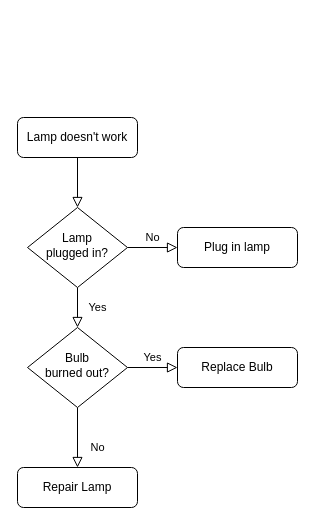
ezgiyyildizz/BirthMark keeps this draw.io diagram as Başlıksız Diyagram .drawio. Above is the earlier version. Source tidied: cells renumbered, new cells numbered last; positions are measured from the earlier drawing's top-left corner, leaving out a move shared by most shapes. Both pictures are drawn from the tidied source at 100%, with x=0, y=0 at pixel (17, 117).
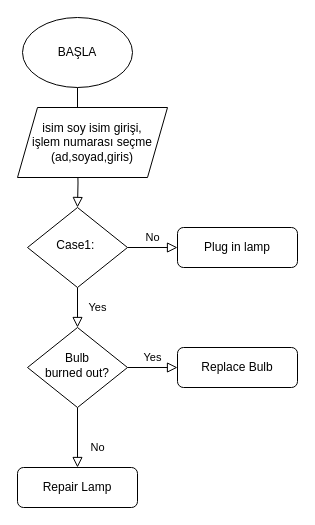
Above is the later version.

What changed in the source:
```diff
@@
 <mxGraphModel>
   <root>
     <mxCell id="0" />
     <mxCell id="1" parent="0" />
-    <mxCell id="2" style="rounded=0;html=1;jettySize=auto;fontSize=11;endArrow=block;endFill=0;endSize=8;strokeWidth=1;shadow=0;labelBackgroundColor=none;edgeStyle=orthogonalEdgeStyle;" parent="1" edge="1" source="3" target="6">
-      <mxGeometry relative="1" as="geometry" />
+    <mxCell id="2" style="rounded=0;html=1;jettySize=auto;fontSize=11;endArrow=block;endFill=0;endSize=8;strokeWidth=1;shadow=0;labelBackgroundColor=none;edgeStyle=orthogonalEdgeStyle;" parent="1" edge="1" target="6">
+      <mxGeometry relative="1" as="geometry">
+        <mxPoint x="60" y="40" as="sourcePoint" />
+      </mxGeometry>
     </mxCell>
-    <mxCell id="3" value="Lamp doesn't work" style="rounded=1;whiteSpace=wrap;html=1;fontSize=12;glass=0;strokeWidth=1;shadow=0;" parent="1" vertex="1">
-      <mxGeometry width="120" height="40" as="geometry" />
-    </mxCell>
     <mxCell id="4" value="Yes" style="rounded=0;html=1;jettySize=auto;fontSize=11;endArrow=block;endFill=0;endSize=8;strokeWidth=1;shadow=0;labelBackgroundColor=none;edgeStyle=orthogonalEdgeStyle;" parent="1" edge="1" source="6" target="10">
       <mxGeometry y="20" relative="1" as="geometry" />
     </mxCell>
     <mxCell id="5" value="No" style="edgeStyle=orthogonalEdgeStyle;rounded=0;html=1;jettySize=auto;fontSize=11;endArrow=block;endFill=0;endSize=8;strokeWidth=1;shadow=0;labelBackgroundColor=none;" parent="1" edge="1" source="6" target="7">
       <mxGeometry y="10" relative="1" as="geometry" />
     </mxCell>
-    <mxCell id="6" value="Lamp&lt;br&gt;plugged in?" style="rhombus;whiteSpace=wrap;html=1;shadow=0;fontFamily=Helvetica;fontSize=12;align=center;strokeWidth=1;spacing=6;spacingTop=-4;" parent="1" vertex="1">
+    <mxCell id="6" value="Case1:&amp;nbsp;" style="rhombus;whiteSpace=wrap;html=1;shadow=0;fontFamily=Helvetica;fontSize=12;align=center;strokeWidth=1;spacing=6;spacingTop=-4;" parent="1" vertex="1">
       <mxGeometry x="10" y="90" width="100" height="80" as="geometry" />
     </mxCell>
     <mxCell id="7" value="Plug in lamp" style="rounded=1;whiteSpace=wrap;html=1;fontSize=12;glass=0;strokeWidth=1;shadow=0;" parent="1" vertex="1">
       <mxGeometry x="160" y="110" width="120" height="40" as="geometry" />
     </mxCell>
     <mxCell id="8" value="No" style="rounded=0;html=1;jettySize=auto;fontSize=11;endArrow=block;endFill=0;endSize=8;strokeWidth=1;shadow=0;labelBackgroundColor=none;edgeStyle=orthogonalEdgeStyle;" parent="1" edge="1" source="10" target="11">
       <mxGeometry x="0.33" y="20" relative="1" as="geometry" />
     </mxCell>
     <mxCell id="9" value="Yes" style="edgeStyle=orthogonalEdgeStyle;rounded=0;html=1;jettySize=auto;fontSize=11;endArrow=block;endFill=0;endSize=8;strokeWidth=1;shadow=0;labelBackgroundColor=none;" parent="1" edge="1" source="10" target="12">
       <mxGeometry y="10" relative="1" as="geometry" />
     </mxCell>
     <mxCell id="10" value="Bulb&lt;br&gt;burned out?" style="rhombus;whiteSpace=wrap;html=1;shadow=0;fontFamily=Helvetica;fontSize=12;align=center;strokeWidth=1;spacing=6;spacingTop=-4;" parent="1" vertex="1">
       <mxGeometry x="10" y="210" width="100" height="80" as="geometry" />
     </mxCell>
     <mxCell id="11" value="Repair Lamp" style="rounded=1;whiteSpace=wrap;html=1;fontSize=12;glass=0;strokeWidth=1;shadow=0;" parent="1" vertex="1">
       <mxGeometry y="350" width="120" height="40" as="geometry" />
     </mxCell>
     <mxCell id="12" value="Replace Bulb" style="rounded=1;whiteSpace=wrap;html=1;fontSize=12;glass=0;strokeWidth=1;shadow=0;" parent="1" vertex="1">
       <mxGeometry x="160" y="230" width="120" height="40" as="geometry" />
     </mxCell>
+    <mxCell id="13" style="edgeStyle=orthogonalEdgeStyle;rounded=0;jettySize=auto;html=1;" parent="1" edge="1" source="14">
+      <mxGeometry relative="1" as="geometry">
+        <mxPoint x="60" as="targetPoint" />
+      </mxGeometry>
+    </mxCell>
+    <mxCell id="14" value="BAŞLA" style="ellipse;whiteSpace=wrap;html=1;" parent="1" vertex="1">
+      <mxGeometry x="5" y="-100" width="110" height="70" as="geometry" />
+    </mxCell>
+    <mxCell id="15" value="isim soy isim girişi,&lt;br&gt;işlem numarası seçme&lt;br&gt;(ad,soyad,giris)&lt;br&gt;" style="shape=parallelogram;perimeter=parallelogramPerimeter;whiteSpace=wrap;html=1;fixedSize=1;" parent="1" vertex="1">
+      <mxGeometry y="-10" width="150" height="70" as="geometry" />
+    </mxCell>
   </root>
 </mxGraphModel>
```
